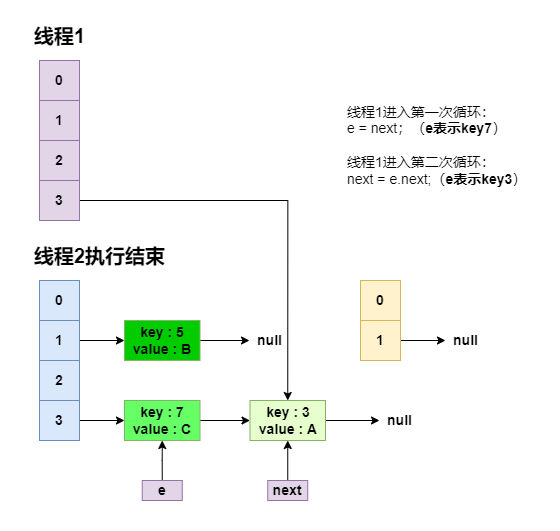
This is JavaLearning/Java相关/Java基础等/集合/ConcurrentHashMap详解（JDK1.7和JDK1.8）/HashMap扩容死循环演示-多线程2.png from XieRuhua/images, a draw.io export, as it was before one commit. Source tidied: cells renumbered, new cells last; positions are measured from the earlier drawing's top-left corner, leaving out a move shared by most shapes. The source it was exported from:
```xml
<mxGraphModel background="#FFFFFF">
  <root>
    <mxCell id="0" />
    <mxCell id="1" parent="0" />
    <mxCell id="2" style="rounded=0;whiteSpace=wrap;html=1;shadow=0;fillStyle=solid;fontSize=14;fontColor=#000000;strokeWidth=0;fillColor=default;gradientColor=none;strokeColor=none;fontStyle=1;" parent="1" vertex="1">
      <mxGeometry width="560" height="530" as="geometry" />
    </mxCell>
    <mxCell id="3" value="线程1" style="text;html=1;align=center;verticalAlign=middle;strokeColor=none;fillColor=none;fontSize=20;fontStyle=1;" parent="1" vertex="1">
      <mxGeometry x="24" y="20" width="70" height="30" as="geometry" />
    </mxCell>
    <mxCell id="4" value="1" style="rounded=0;whiteSpace=wrap;html=1;fontStyle=1;fillColor=#e1d5e7;strokeColor=#9673a6;fontSize=14;" parent="1" vertex="1">
      <mxGeometry x="39" y="100" width="40" height="40" as="geometry" />
    </mxCell>
    <mxCell id="5" value="0" style="rounded=0;whiteSpace=wrap;html=1;fontStyle=1;fillColor=#e1d5e7;strokeColor=#9673a6;fontSize=14;" parent="1" vertex="1">
      <mxGeometry x="39" y="60" width="40" height="40" as="geometry" />
    </mxCell>
    <mxCell id="6" value="2" style="rounded=0;whiteSpace=wrap;html=1;fontStyle=1;fillColor=#e1d5e7;strokeColor=#9673a6;fontSize=14;" parent="1" vertex="1">
      <mxGeometry x="39" y="140" width="40" height="40" as="geometry" />
    </mxCell>
    <mxCell id="7" style="edgeStyle=orthogonalEdgeStyle;rounded=0;jettySize=auto;html=1;exitX=1;exitY=0.5;exitDx=0;exitDy=0;entryX=0.5;entryY=0;entryDx=0;entryDy=0;fontSize=14;" parent="1" edge="1" source="8" target="18">
      <mxGeometry relative="1" as="geometry" />
    </mxCell>
    <mxCell id="8" value="3" style="rounded=0;whiteSpace=wrap;html=1;fontStyle=1;fillColor=#e1d5e7;strokeColor=#9673a6;fontSize=14;" parent="1" vertex="1">
      <mxGeometry x="39" y="180" width="40" height="40" as="geometry" />
    </mxCell>
    <mxCell id="9" value="线程2执行结束" style="text;html=1;align=center;verticalAlign=middle;strokeColor=none;fillColor=none;fontSize=20;fontStyle=1;" parent="1" vertex="1">
      <mxGeometry x="24" y="240" width="150" height="30" as="geometry" />
    </mxCell>
    <mxCell id="10" style="edgeStyle=orthogonalEdgeStyle;rounded=0;jettySize=auto;html=1;exitX=1;exitY=0.5;exitDx=0;exitDy=0;fontSize=10;fontColor=#FF3333;" parent="1" edge="1" source="11" target="22">
      <mxGeometry relative="1" as="geometry" />
    </mxCell>
    <mxCell id="11" value="1" style="rounded=0;whiteSpace=wrap;html=1;fontStyle=1;fillColor=#dae8fc;strokeColor=#6c8ebf;fontSize=14;" parent="1" vertex="1">
      <mxGeometry x="39" y="320" width="40" height="40" as="geometry" />
    </mxCell>
    <mxCell id="12" value="null" style="text;html=1;align=center;verticalAlign=middle;points=[];strokeColor=none;fillColor=none;fontSize=14;fontStyle=1;" parent="1" vertex="1">
      <mxGeometry x="379" y="410" width="40" height="20" as="geometry" />
    </mxCell>
    <mxCell id="13" value="0" style="rounded=0;whiteSpace=wrap;html=1;fontStyle=1;fillColor=#dae8fc;strokeColor=#6c8ebf;fontSize=14;" parent="1" vertex="1">
      <mxGeometry x="39" y="280" width="40" height="40" as="geometry" />
    </mxCell>
    <mxCell id="14" value="2" style="rounded=0;whiteSpace=wrap;html=1;fontStyle=1;fillColor=#dae8fc;strokeColor=#6c8ebf;fontSize=14;" parent="1" vertex="1">
      <mxGeometry x="39" y="360" width="40" height="40" as="geometry" />
    </mxCell>
    <mxCell id="15" style="edgeStyle=orthogonalEdgeStyle;rounded=0;jettySize=auto;html=1;exitX=1;exitY=0.5;exitDx=0;exitDy=0;fontSize=10;fontColor=#FF3333;" parent="1" edge="1" source="16" target="20">
      <mxGeometry relative="1" as="geometry" />
    </mxCell>
    <mxCell id="16" value="3" style="rounded=0;whiteSpace=wrap;html=1;fontStyle=1;fillColor=#dae8fc;strokeColor=#6c8ebf;fontSize=14;" parent="1" vertex="1">
      <mxGeometry x="39" y="400" width="40" height="40" as="geometry" />
    </mxCell>
    <mxCell id="17" style="edgeStyle=orthogonalEdgeStyle;rounded=0;jettySize=auto;html=1;exitX=1;exitY=0.5;exitDx=0;exitDy=0;fontSize=10;fontColor=#FF3333;" parent="1" edge="1" source="18" target="12">
      <mxGeometry relative="1" as="geometry" />
    </mxCell>
    <mxCell id="18" value="key : 3&lt;br&gt;value : A" style="rounded=0;whiteSpace=wrap;html=1;fontStyle=1;fillColor=#E6FFCC;strokeColor=#82b366;fontSize=14;" parent="1" vertex="1">
      <mxGeometry x="249.5" y="400" width="75.5" height="40" as="geometry" />
    </mxCell>
    <mxCell id="19" style="edgeStyle=orthogonalEdgeStyle;rounded=0;jettySize=auto;html=1;exitX=1;exitY=0.5;exitDx=0;exitDy=0;fontSize=10;fontColor=#FF3333;" parent="1" edge="1" source="20" target="18">
      <mxGeometry relative="1" as="geometry" />
    </mxCell>
    <mxCell id="20" value="key : 7&lt;br&gt;value : C" style="rounded=0;whiteSpace=wrap;html=1;fontStyle=1;fillColor=#66FF66;strokeColor=#82b366;fontSize=14;" parent="1" vertex="1">
      <mxGeometry x="124" y="400" width="75.5" height="40" as="geometry" />
    </mxCell>
    <mxCell id="21" style="edgeStyle=orthogonalEdgeStyle;rounded=0;jettySize=auto;html=1;exitX=1;exitY=0.5;exitDx=0;exitDy=0;fontSize=10;fontColor=#FF3333;" parent="1" edge="1" source="22" target="23">
      <mxGeometry relative="1" as="geometry" />
    </mxCell>
    <mxCell id="22" value="key : 5&lt;br&gt;value : B" style="rounded=0;whiteSpace=wrap;html=1;fontStyle=1;fillColor=#00CC00;strokeColor=#82b366;fontSize=14;" parent="1" vertex="1">
      <mxGeometry x="124" y="320" width="75.5" height="40" as="geometry" />
    </mxCell>
    <mxCell id="23" value="null" style="text;html=1;align=center;verticalAlign=middle;points=[];strokeColor=none;fillColor=none;fontSize=14;fontStyle=1;" parent="1" vertex="1">
      <mxGeometry x="249" y="330" width="40" height="20" as="geometry" />
    </mxCell>
    <mxCell id="24" style="edgeStyle=orthogonalEdgeStyle;rounded=0;jettySize=auto;html=1;exitX=1;exitY=0.5;exitDx=0;exitDy=0;entryX=0;entryY=0.5;entryDx=0;entryDy=0;fontSize=14;" parent="1" edge="1" source="25">
      <mxGeometry relative="1" as="geometry">
        <mxPoint x="445" y="340" as="targetPoint" />
      </mxGeometry>
    </mxCell>
    <mxCell id="25" value="1" style="rounded=0;whiteSpace=wrap;html=1;fontStyle=1;fillColor=#fff2cc;strokeColor=#d6b656;fontSize=14;" parent="1" vertex="1">
      <mxGeometry x="360" y="320" width="40" height="40" as="geometry" />
    </mxCell>
    <mxCell id="26" value="null" style="text;html=1;align=center;verticalAlign=middle;strokeColor=none;fillColor=none;fontSize=14;fontStyle=1;" parent="1" vertex="1">
      <mxGeometry x="445" y="330" width="40" height="20" as="geometry" />
    </mxCell>
    <mxCell id="27" value="0" style="rounded=0;whiteSpace=wrap;html=1;fontStyle=1;fillColor=#fff2cc;strokeColor=#d6b656;fontSize=14;" parent="1" vertex="1">
      <mxGeometry x="360" y="280" width="40" height="40" as="geometry" />
    </mxCell>
    <mxCell id="28" style="edgeStyle=orthogonalEdgeStyle;rounded=0;jettySize=auto;html=1;exitX=0.5;exitY=0;exitDx=0;exitDy=0;entryX=0.5;entryY=1;entryDx=0;entryDy=0;fontSize=20;fontColor=#FF3333;" parent="1" edge="1" source="29" target="18">
      <mxGeometry relative="1" as="geometry" />
    </mxCell>
    <mxCell id="29" value="next" style="rounded=0;whiteSpace=wrap;html=1;fontStyle=1;fillColor=#e1d5e7;strokeColor=#9673a6;fontSize=14;" parent="1" vertex="1">
      <mxGeometry x="267.2" y="480" width="40" height="20" as="geometry" />
    </mxCell>
    <mxCell id="30" style="edgeStyle=orthogonalEdgeStyle;rounded=0;jettySize=auto;html=1;exitX=0.5;exitY=0;exitDx=0;exitDy=0;entryX=0.5;entryY=1;entryDx=0;entryDy=0;fontSize=20;fontColor=#FF3333;" parent="1" edge="1" source="31" target="20">
      <mxGeometry relative="1" as="geometry" />
    </mxCell>
    <mxCell id="31" value="e" style="rounded=0;whiteSpace=wrap;html=1;fontStyle=1;fillColor=#e1d5e7;strokeColor=#9673a6;fontSize=14;" parent="1" vertex="1">
      <mxGeometry x="141.8" y="480" width="40" height="20" as="geometry" />
    </mxCell>
    <mxCell id="32" value="线程1进入第一次循环：&lt;br&gt;e = next；（&lt;b style=&quot;&quot;&gt;e表示key7&lt;/b&gt;）&lt;br&gt;&lt;br&gt;线程1进入第二次循环：&lt;br&gt;next = e.next;（&lt;b style=&quot;&quot;&gt;e表示key3&lt;/b&gt;）&lt;br&gt;" style="text;html=1;align=left;verticalAlign=middle;strokeColor=none;fillColor=none;fontSize=14;" parent="1" vertex="1">
      <mxGeometry x="345" y="100" width="190" height="90" as="geometry" />
    </mxCell>
  </root>
</mxGraphModel>
```
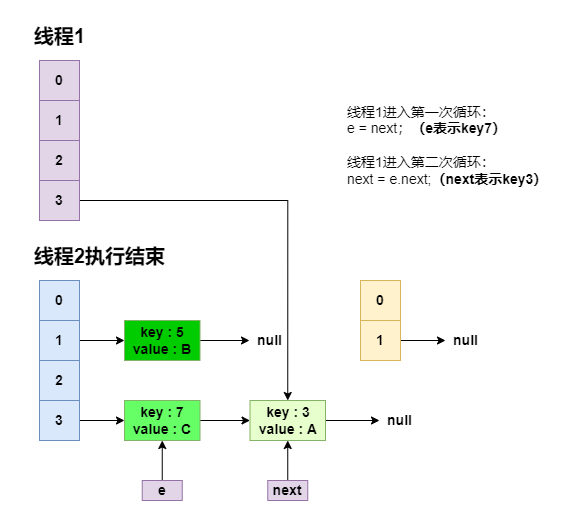
Above is the later version.

What changed in the source:
```diff
@@ -94,8 +94,8 @@
     <mxCell id="31" value="e" style="rounded=0;whiteSpace=wrap;html=1;fontStyle=1;fillColor=#e1d5e7;strokeColor=#9673a6;fontSize=14;" parent="1" vertex="1">
       <mxGeometry x="141.8" y="480" width="40" height="20" as="geometry" />
     </mxCell>
-    <mxCell id="32" value="线程1进入第一次循环：&lt;br&gt;e = next；（&lt;b style=&quot;&quot;&gt;e表示key7&lt;/b&gt;）&lt;br&gt;&lt;br&gt;线程1进入第二次循环：&lt;br&gt;next = e.next;（&lt;b style=&quot;&quot;&gt;e表示key3&lt;/b&gt;）&lt;br&gt;" style="text;html=1;align=left;verticalAlign=middle;strokeColor=none;fillColor=none;fontSize=14;" parent="1" vertex="1">
-      <mxGeometry x="345" y="100" width="190" height="90" as="geometry" />
+    <mxCell id="32" value="线程1进入第一次循环：&lt;br&gt;e = next；&lt;b&gt;（e表示key7）&lt;/b&gt;&lt;br&gt;&lt;br&gt;线程1进入第二次循环：&lt;br&gt;next = e.next;&lt;b&gt;（next表示key3）&lt;/b&gt;" style="text;html=1;align=left;verticalAlign=middle;strokeColor=none;fillColor=none;fontSize=14;" parent="1" vertex="1">
+      <mxGeometry x="345" y="100" width="220" height="90" as="geometry" />
     </mxCell>
   </root>
 </mxGraphModel>
```
